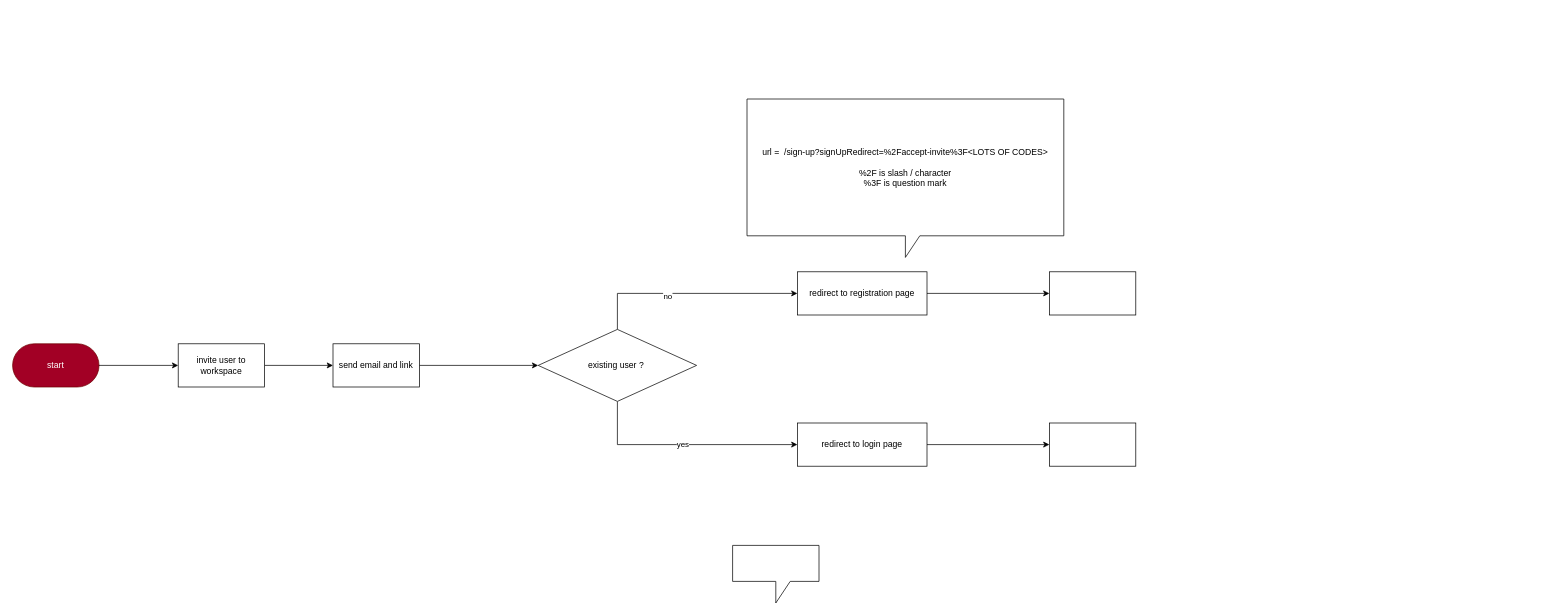
Above: page "invitation#" (5 of 5) of sketch.drawio in danirisdiandita/Startup-Monorepo-Template (draw.io), before the change. Source tidied: cells renumbered, new cells numbered last; positions are measured from the earlier drawing's top-left corner, leaving out a move shared by most shapes. Both pictures are drawn from the tidied source at 72%, with x=0, y=0 at pixel (12, 99).
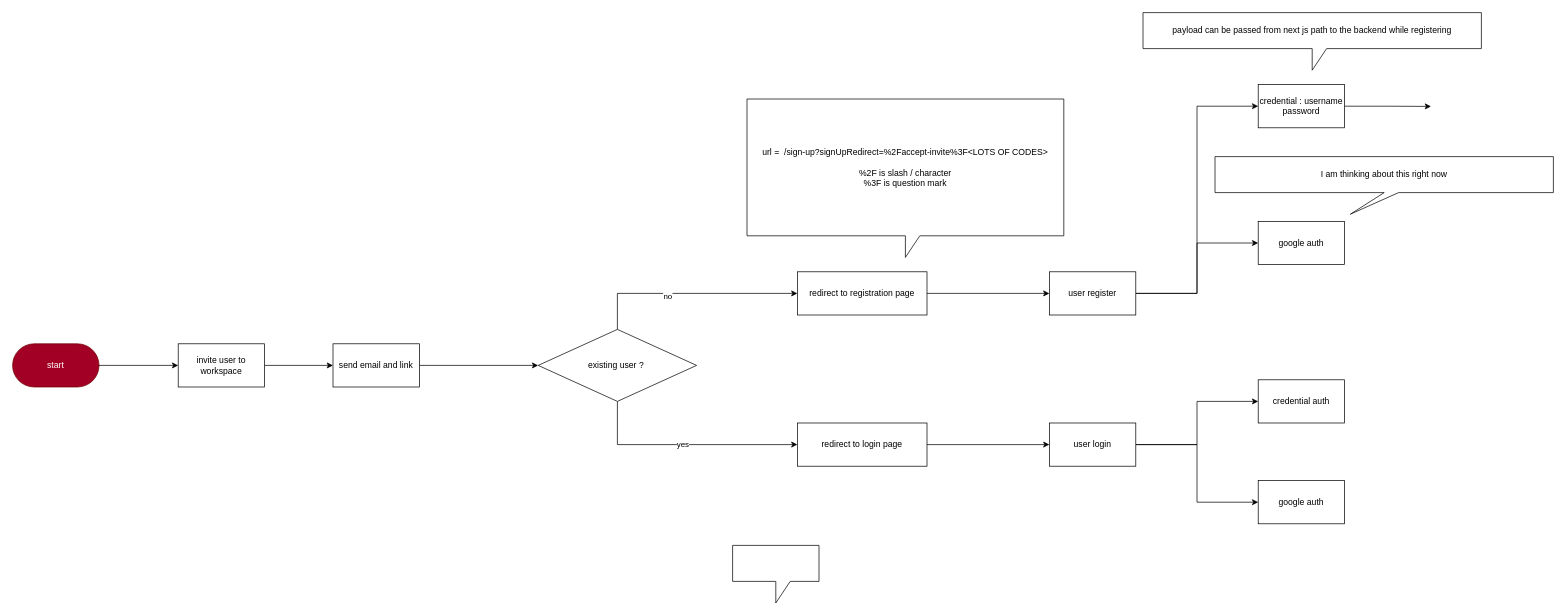
The same diagram, later.

Commit message (it also covers changes not shown here):
add sign in manual params

What changed in the source:
```diff
@@
+    <mxCell id="21" style="edgeStyle=orthogonalEdgeStyle;rounded=0;jettySize=auto;html=1;exitX=1;exitY=0.5;exitDx=0;exitDy=0;entryX=0;entryY=0.5;entryDx=0;entryDy=0;" parent="1" edge="1" source="17" target="26">
+      <mxGeometry relative="1" as="geometry" />
+    </mxCell>
+    <mxCell id="22" style="edgeStyle=orthogonalEdgeStyle;rounded=0;jettySize=auto;html=1;exitX=1;exitY=0.5;exitDx=0;exitDy=0;entryX=0;entryY=0.5;entryDx=0;entryDy=0;" parent="1" edge="1" source="17" target="27">
+      <mxGeometry relative="1" as="geometry" />
+    </mxCell>
-    <mxCell id="17" value="&amp;nbsp;" style="rounded=0;whiteSpace=wrap;html=1;" parent="1" vertex="1">
+    <mxCell id="17" value="user register" style="rounded=0;whiteSpace=wrap;html=1;" parent="1" vertex="1">
       <mxGeometry x="1440" y="240" width="120" height="60" as="geometry" />
     </mxCell>
+    <mxCell id="23" style="edgeStyle=orthogonalEdgeStyle;rounded=0;jettySize=auto;html=1;exitX=1;exitY=0.5;exitDx=0;exitDy=0;entryX=0;entryY=0.5;entryDx=0;entryDy=0;" parent="1" edge="1" source="18" target="28">
+      <mxGeometry relative="1" as="geometry" />
+    </mxCell>
+    <mxCell id="24" style="edgeStyle=orthogonalEdgeStyle;rounded=0;jettySize=auto;html=1;exitX=1;exitY=0.5;exitDx=0;exitDy=0;entryX=0;entryY=0.5;entryDx=0;entryDy=0;" parent="1" edge="1" source="18" target="29">
+      <mxGeometry relative="1" as="geometry" />
+    </mxCell>
-    <mxCell id="18" style="rounded=0;whiteSpace=wrap;html=1;" parent="1" vertex="1">
+    <mxCell id="18" value="user login" style="rounded=0;whiteSpace=wrap;html=1;" parent="1" vertex="1">
       <mxGeometry x="1440" y="450" width="120" height="60" as="geometry" />
     </mxCell>
@@
+    <mxCell id="25" style="edgeStyle=orthogonalEdgeStyle;rounded=0;jettySize=auto;html=1;exitX=1;exitY=0.5;exitDx=0;exitDy=0;" parent="1" edge="1" source="26">
+      <mxGeometry relative="1" as="geometry">
+        <mxPoint x="1970" y="10.3" as="targetPoint" />
+      </mxGeometry>
+    </mxCell>
+    <mxCell id="26" value="credential : username password" style="rounded=0;whiteSpace=wrap;html=1;" parent="1" vertex="1">
+      <mxGeometry x="1730" y="-20" width="120" height="60" as="geometry" />
+    </mxCell>
+    <mxCell id="27" value="google auth" style="rounded=0;whiteSpace=wrap;html=1;" parent="1" vertex="1">
+      <mxGeometry x="1730" y="170" width="120" height="60" as="geometry" />
+    </mxCell>
+    <mxCell id="28" value="credential auth" style="rounded=0;whiteSpace=wrap;html=1;" parent="1" vertex="1">
+      <mxGeometry x="1730" y="390" width="120" height="60" as="geometry" />
+    </mxCell>
+    <mxCell id="29" value="google auth" style="rounded=0;whiteSpace=wrap;html=1;" parent="1" vertex="1">
+      <mxGeometry x="1730" y="530" width="120" height="60" as="geometry" />
+    </mxCell>
+    <mxCell id="30" value="payload can be passed from next js path to the backend while registering" style="shape=callout;whiteSpace=wrap;html=1;perimeter=calloutPerimeter;" parent="1" vertex="1">
+      <mxGeometry x="1570" y="-120" width="470" height="80" as="geometry" />
+    </mxCell>
+    <mxCell id="31" value="I am thinking about this right now" style="shape=callout;whiteSpace=wrap;html=1;perimeter=calloutPerimeter;position2=0.4;" parent="1" vertex="1">
+      <mxGeometry x="1670" y="80" width="470" height="80" as="geometry" />
+    </mxCell>
```
